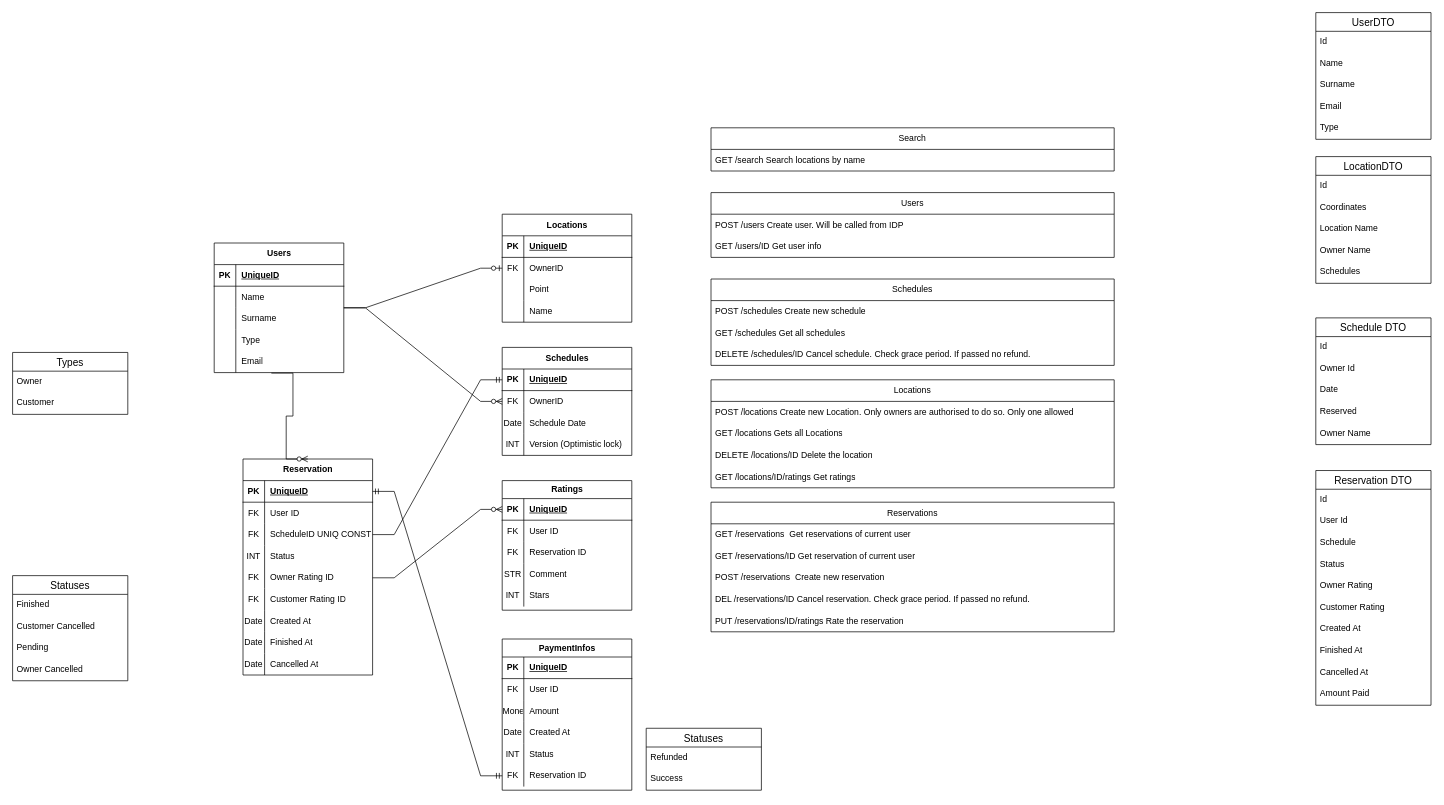
Earlier version of the draw.io diagram Bookwheel.drawio (vugarli/BookWheel). Source tidied: cells renumbered, new cells numbered last; positions are measured from the earlier drawing's top-left corner, leaving out a move shared by most shapes. Both pictures are drawn from the tidied source at 72%, with x=0, y=0 at pixel (12, 12).
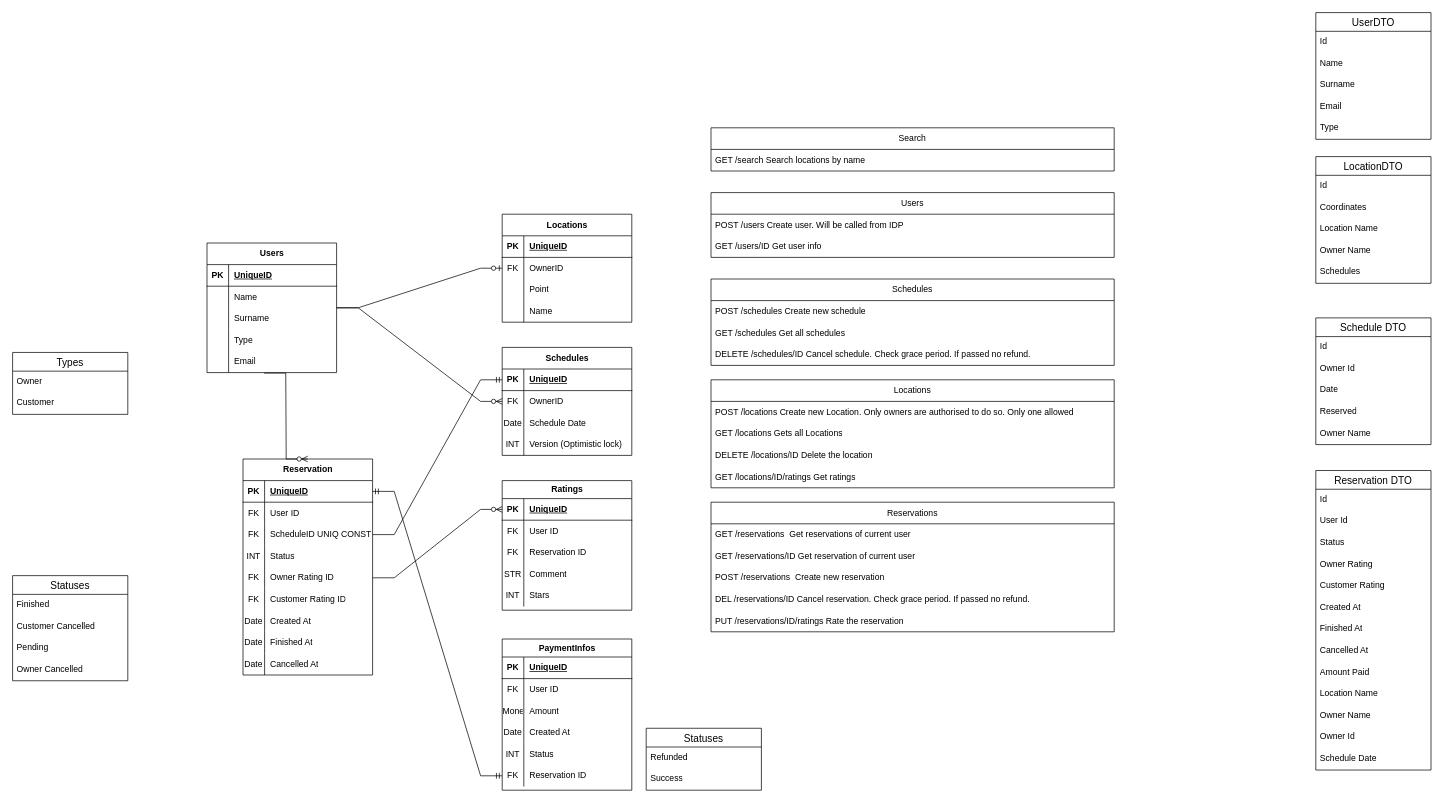
After the change.

What changed in the source:
```diff
@@
     <mxCell id="2" value="Users" style="shape=table;startSize=30;childLayout=tableLayout;rowLines=0;fontStyle=1;align=center;html=1;" parent="1" vertex="1">
-      <mxGeometry x="280" y="320" width="180" height="180" as="geometry" />
+      <mxGeometry x="270" y="320" width="180" height="180" as="geometry" />
     </mxCell>
@@
     <mxCell id="156" value="Reservation DTO" style="swimlane;fontStyle=0;horizontal=1;startSize=26;align=center;fontSize=14;" parent="1" vertex="1">
-      <mxGeometry x="1810" y="636" width="160" height="326" as="geometry" />
+      <mxGeometry x="1810" y="636" width="160" height="416" as="geometry" />
     </mxCell>
@@
-    <mxCell id="159" value="Schedule" style="text;strokeColor=none;fillColor=none;spacingLeft=4;spacingRight=4;overflow=hidden;fontSize=12;whiteSpace=wrap;html=1;" parent="156" vertex="1">
-      <mxGeometry y="86" width="160" height="30" as="geometry" />
-    </mxCell>
     <mxCell id="160" value="Status" style="text;strokeColor=none;fillColor=none;spacingLeft=4;spacingRight=4;overflow=hidden;fontSize=12;whiteSpace=wrap;html=1;" parent="156" vertex="1">
-      <mxGeometry y="116" width="160" height="30" as="geometry" />
+      <mxGeometry y="86" width="160" height="30" as="geometry" />
     </mxCell>
     <mxCell id="161" value="Owner Rating" style="text;strokeColor=none;fillColor=none;spacingLeft=4;spacingRight=4;overflow=hidden;fontSize=12;whiteSpace=wrap;html=1;" parent="156" vertex="1">
-      <mxGeometry y="146" width="160" height="30" as="geometry" />
+      <mxGeometry y="116" width="160" height="30" as="geometry" />
     </mxCell>
     <mxCell id="162" value="Customer Rating" style="text;strokeColor=none;fillColor=none;spacingLeft=4;spacingRight=4;overflow=hidden;fontSize=12;whiteSpace=wrap;html=1;" parent="156" vertex="1">
-      <mxGeometry y="176" width="160" height="30" as="geometry" />
+      <mxGeometry y="146" width="160" height="30" as="geometry" />
     </mxCell>
     <mxCell id="163" value="Created At" style="text;strokeColor=none;fillColor=none;spacingLeft=4;spacingRight=4;overflow=hidden;fontSize=12;whiteSpace=wrap;html=1;" parent="156" vertex="1">
-      <mxGeometry y="206" width="160" height="30" as="geometry" />
+      <mxGeometry y="176" width="160" height="30" as="geometry" />
     </mxCell>
     <mxCell id="164" value="Finished At" style="text;strokeColor=none;fillColor=none;spacingLeft=4;spacingRight=4;overflow=hidden;fontSize=12;whiteSpace=wrap;html=1;" parent="156" vertex="1">
-      <mxGeometry y="236" width="160" height="30" as="geometry" />
+      <mxGeometry y="206" width="160" height="30" as="geometry" />
     </mxCell>
     <mxCell id="165" value="Cancelled At" style="text;strokeColor=none;fillColor=none;spacingLeft=4;spacingRight=4;overflow=hidden;fontSize=12;whiteSpace=wrap;html=1;" parent="156" vertex="1">
-      <mxGeometry y="266" width="160" height="30" as="geometry" />
+      <mxGeometry y="236" width="160" height="30" as="geometry" />
     </mxCell>
     <mxCell id="166" value="Amount Paid" style="text;strokeColor=none;fillColor=none;spacingLeft=4;spacingRight=4;overflow=hidden;fontSize=12;whiteSpace=wrap;html=1;" parent="156" vertex="1">
-      <mxGeometry y="296" width="160" height="30" as="geometry" />
+      <mxGeometry y="266" width="160" height="30" as="geometry" />
     </mxCell>
+    <mxCell id="173" value="Location Name" style="text;strokeColor=none;fillColor=none;spacingLeft=4;spacingRight=4;overflow=hidden;fontSize=12;whiteSpace=wrap;html=1;" parent="156" vertex="1">
+      <mxGeometry y="296" width="160" height="30" as="geometry" />
+    </mxCell>
+    <mxCell id="174" value="Owner Name" style="text;strokeColor=none;fillColor=none;spacingLeft=4;spacingRight=4;overflow=hidden;fontSize=12;whiteSpace=wrap;html=1;" parent="156" vertex="1">
+      <mxGeometry y="326" width="160" height="30" as="geometry" />
+    </mxCell>
+    <mxCell id="175" value="Owner Id" style="text;strokeColor=none;fillColor=none;spacingLeft=4;spacingRight=4;overflow=hidden;fontSize=12;whiteSpace=wrap;html=1;" parent="156" vertex="1">
+      <mxGeometry y="356" width="160" height="30" as="geometry" />
+    </mxCell>
+    <mxCell id="176" value="Schedule Date" style="text;strokeColor=none;fillColor=none;spacingLeft=4;spacingRight=4;overflow=hidden;fontSize=12;whiteSpace=wrap;html=1;" parent="156" vertex="1">
+      <mxGeometry y="386" width="160" height="30" as="geometry" />
+    </mxCell>
```
